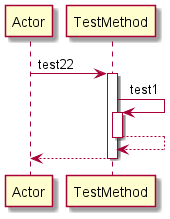
Above: Diagrams/test22.png in manucapo/Gardener (PlantUML), before the change.
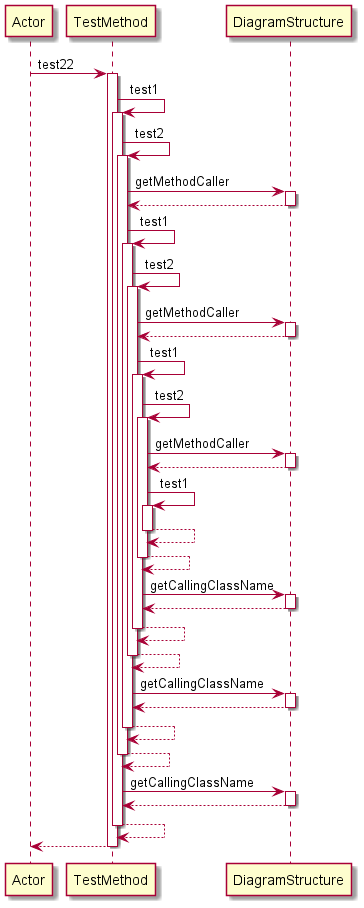
The same file after the commit.

What changed in the source:
```diff
@@ -4,6 +4,54 @@
 activate TestMethod
 TestMethod -> TestMethod: test1
 activate TestMethod
+TestMethod -> TestMethod: test2
+activate TestMethod
+TestMethod -> DiagramStructure: getMethodCaller
+activate DiagramStructure
+DiagramStructure-->TestMethod
+deactivate DiagramStructure
+TestMethod -> TestMethod: test1
+activate TestMethod
+TestMethod -> TestMethod: test2
+activate TestMethod
+TestMethod -> DiagramStructure: getMethodCaller
+activate DiagramStructure
+DiagramStructure-->TestMethod
+deactivate DiagramStructure
+TestMethod -> TestMethod: test1
+activate TestMethod
+TestMethod -> TestMethod: test2
+activate TestMethod
+TestMethod -> DiagramStructure: getMethodCaller
+activate DiagramStructure
+DiagramStructure-->TestMethod
+deactivate DiagramStructure
+TestMethod -> TestMethod: test1
+activate TestMethod
+TestMethod-->TestMethod
+deactivate TestMethod
+TestMethod-->TestMethod
+deactivate TestMethod
+TestMethod -> DiagramStructure: getCallingClassName
+activate DiagramStructure
+DiagramStructure-->TestMethod
+deactivate DiagramStructure
+TestMethod-->TestMethod
+deactivate TestMethod
+TestMethod-->TestMethod
+deactivate TestMethod
+TestMethod -> DiagramStructure: getCallingClassName
+activate DiagramStructure
+DiagramStructure-->TestMethod
+deactivate DiagramStructure
+TestMethod-->TestMethod
+deactivate TestMethod
+TestMethod-->TestMethod
+deactivate TestMethod
+TestMethod -> DiagramStructure: getCallingClassName
+activate DiagramStructure
+DiagramStructure-->TestMethod
+deactivate DiagramStructure
 TestMethod-->TestMethod
 deactivate TestMethod
 return
```
